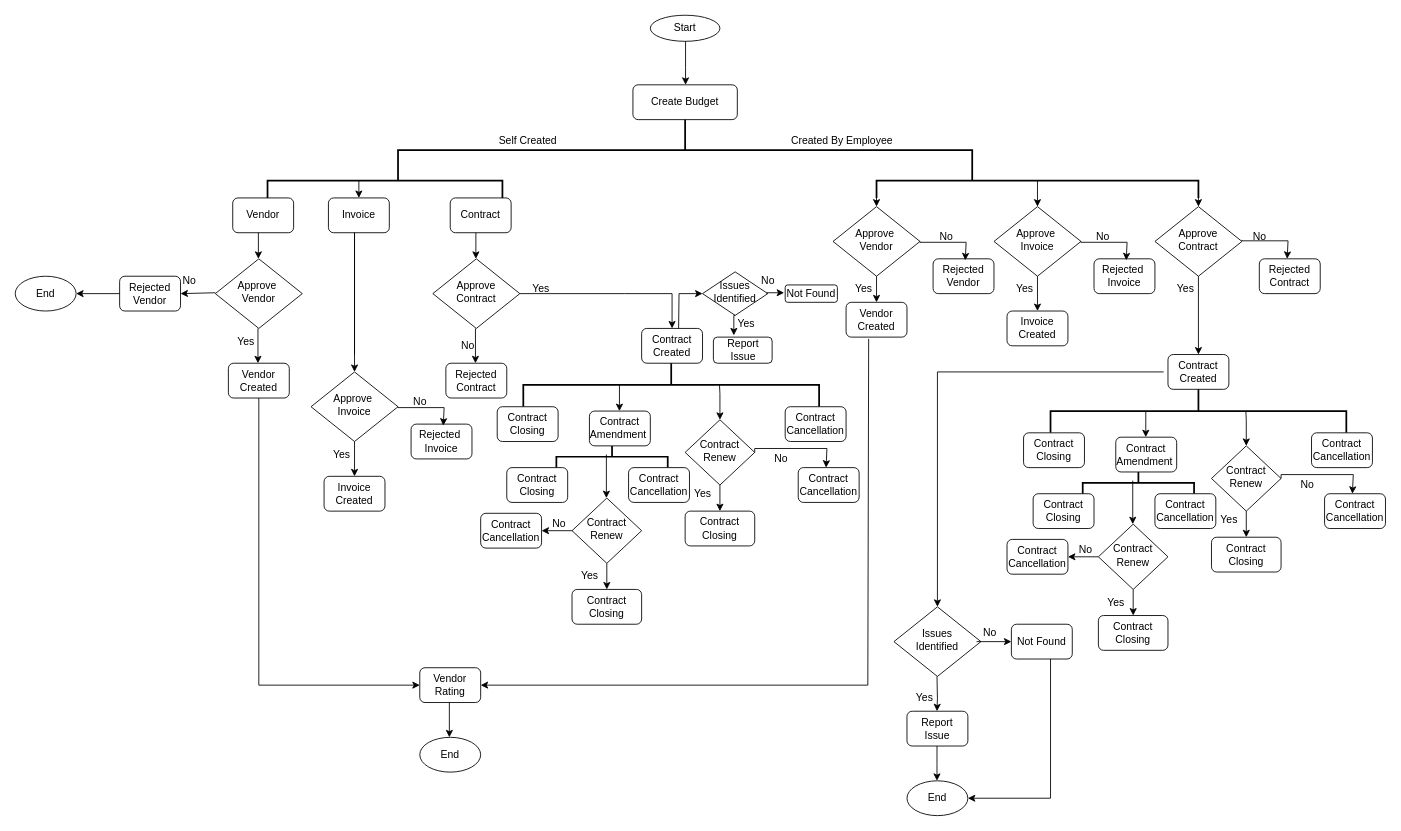
anjana732/Cv keeps this draw.io diagram as page "Page-1" (1 of 2) of Untitled Diagram.drawio. Above is the earlier version. Source tidied: cells renumbered, new cells numbered last; positions are measured from the earlier drawing's top-left corner, leaving out a move shared by most shapes. Both pictures are drawn from the tidied source at 87%, with x=0, y=0 at pixel (15, 15).
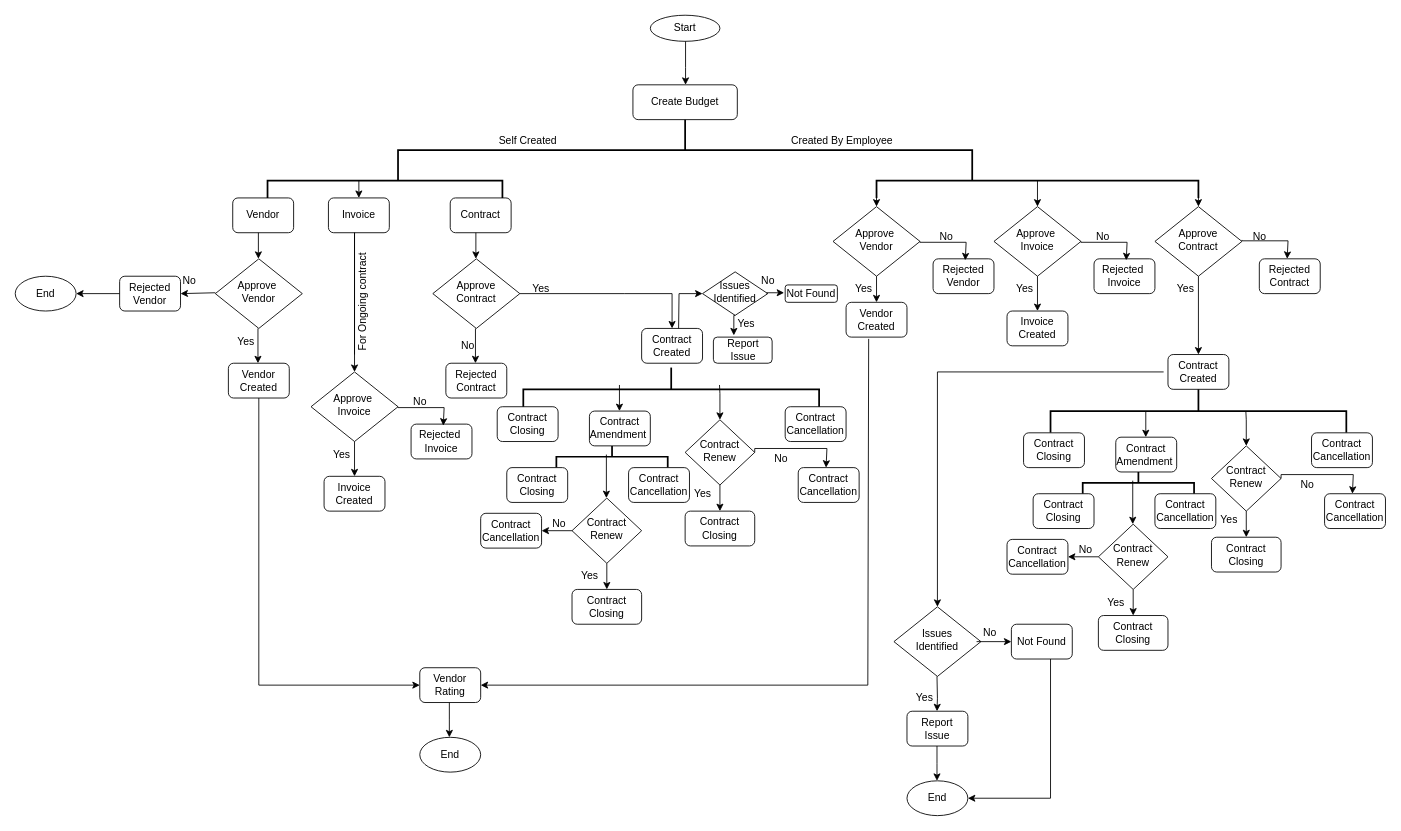
Above is the later version.

The edit, as a diff of the source:
```diff
@@
     <mxCell id="39" style="strokeWidth=2;html=1;shape=mxgraph.flowchart.annotation_2;align=left;labelPosition=right;direction=south;" parent="1" vertex="1">
-      <mxGeometry x="584" y="400" width="340" height="50" as="geometry" />
+      <mxGeometry x="584" y="405" width="340" height="50" as="geometry" />
     </mxCell>
@@
+    <mxCell id="142" value="For Ongoing contract" style="text;html=1;align=center;verticalAlign=middle;strokeColor=none;fillColor=none;rotation=270;" parent="1" vertex="1">
+      <mxGeometry x="330" y="315" width="140" height="30" as="geometry" />
+    </mxCell>
```
